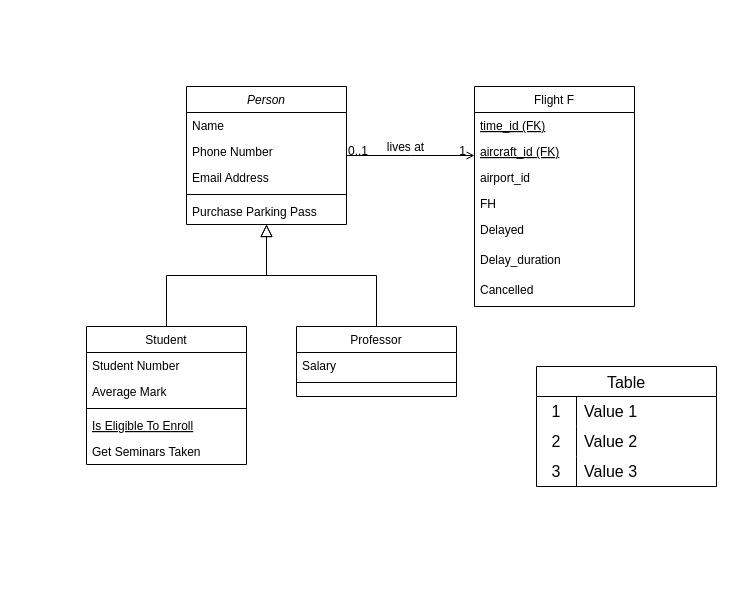
The draw.io diagram pw1.drawio in AdriaCoding/DW, before the edit. Source tidied: cells renumbered, new cells numbered last; positions are measured from the earlier drawing's top-left corner, leaving out a move shared by most shapes. Both pictures are drawn from the tidied source at 100%, with x=0, y=0 at pixel (86, 86).
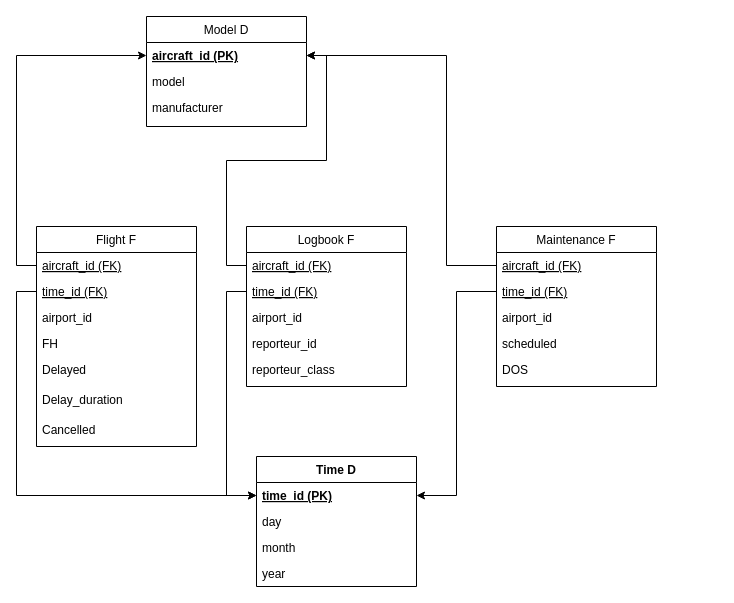
After the change.

Commit message:
Pintades totes les taules. Podem millorar el diagrama?

Change to the diagram source:
```diff
@@
-    <mxCell id="2" value="Person" style="swimlane;fontStyle=2;align=center;verticalAlign=top;horizontal=1;startSize=26;rounded=0;shadow=0;strokeWidth=1;" parent="1" vertex="1">
-      <mxGeometry x="100" width="160" height="138" as="geometry" />
+    <mxCell id="2" value="Model D" style="swimlane;fontStyle=0;align=center;verticalAlign=top;horizontal=1;startSize=26;rounded=0;shadow=0;strokeWidth=1;" parent="1" vertex="1">
+      <mxGeometry x="60" y="-70" width="160" height="110" as="geometry" />
     </mxCell>
-    <mxCell id="3" value="Name" style="text;align=left;verticalAlign=top;spacingLeft=4;spacingRight=4;overflow=hidden;points=[[0,0.5],[1,0.5]];portConstraint=eastwest;" parent="2" vertex="1">
+    <mxCell id="3" value="aircraft_id (PK)" style="text;align=left;verticalAlign=top;spacingLeft=4;spacingRight=4;overflow=hidden;points=[[0,0.5],[1,0.5]];portConstraint=eastwest;fontStyle=5;" parent="2" vertex="1">
       <mxGeometry y="26" width="160" height="26" as="geometry" />
     </mxCell>
-    <mxCell id="4" value="Phone Number" style="text;align=left;verticalAlign=top;spacingLeft=4;spacingRight=4;overflow=hidden;rounded=0;shadow=0;html=0;" parent="2" vertex="1">
+    <mxCell id="4" value="model" style="text;align=left;verticalAlign=top;spacingLeft=4;spacingRight=4;overflow=hidden;rounded=0;shadow=0;html=0;" parent="2" vertex="1">
       <mxGeometry y="52" width="160" height="26" as="geometry" />
     </mxCell>
-    <mxCell id="5" value="Email Address" style="text;align=left;verticalAlign=top;spacingLeft=4;spacingRight=4;overflow=hidden;rounded=0;shadow=0;html=0;" parent="2" vertex="1">
+    <mxCell id="5" value="manufacturer" style="text;align=left;verticalAlign=top;spacingLeft=4;spacingRight=4;overflow=hidden;rounded=0;shadow=0;html=0;" parent="2" vertex="1">
       <mxGeometry y="78" width="160" height="26" as="geometry" />
     </mxCell>
-    <mxCell id="6" style="line;html=1;strokeWidth=1;align=left;verticalAlign=middle;spacingTop=-1;spacingLeft=3;spacingRight=3;labelPosition=right;" parent="2" vertex="1">
-      <mxGeometry y="104" width="160" height="8" as="geometry" />
-    </mxCell>
-    <mxCell id="7" value="Purchase Parking Pass" style="text;align=left;verticalAlign=top;spacingLeft=4;spacingRight=4;overflow=hidden;" parent="2" vertex="1">
-      <mxGeometry y="112" width="160" height="26" as="geometry" />
-    </mxCell>
-    <mxCell id="8" value="Student" style="swimlane;fontStyle=0;align=center;verticalAlign=top;horizontal=1;startSize=26;rounded=0;shadow=0;strokeWidth=1;" parent="1" vertex="1">
-      <mxGeometry y="240" width="160" height="138" as="geometry" />
+    <mxCell id="8" value="Logbook F" style="swimlane;fontStyle=0;align=center;verticalAlign=top;horizontal=1;startSize=26;rounded=0;shadow=0;strokeWidth=1;" parent="1" vertex="1">
+      <mxGeometry x="160" y="140" width="160" height="160" as="geometry" />
     </mxCell>
-    <mxCell id="9" value="Student Number" style="text;align=left;verticalAlign=top;spacingLeft=4;spacingRight=4;overflow=hidden;" parent="8" vertex="1">
-      <mxGeometry y="26" width="160" height="26" as="geometry" />
-    </mxCell>
-    <mxCell id="10" value="Average Mark" style="text;align=left;verticalAlign=top;spacingLeft=4;spacingRight=4;overflow=hidden;points=[[0,0.5],[1,0.5]];portConstraint=eastwest;rounded=0;shadow=0;html=0;" parent="8" vertex="1">
-      <mxGeometry y="52" width="160" height="26" as="geometry" />
+    <mxCell id="10" value="aircraft_id (FK)" style="text;align=left;verticalAlign=top;spacingLeft=4;spacingRight=4;overflow=hidden;points=[[0,0.5],[1,0.5]];portConstraint=eastwest;rounded=0;shadow=0;html=0;fontStyle=4;" parent="8" vertex="1">
+      <mxGeometry y="26" width="160" height="26" as="geometry" />
     </mxCell>
-    <mxCell id="11" style="line;html=1;strokeWidth=1;align=left;verticalAlign=middle;spacingTop=-1;spacingLeft=3;spacingRight=3;labelPosition=right;" parent="8" vertex="1">
-      <mxGeometry y="78" width="160" height="8" as="geometry" />
-    </mxCell>
-    <mxCell id="12" value="Is Eligible To Enroll" style="text;align=left;verticalAlign=top;spacingLeft=4;spacingRight=4;overflow=hidden;fontStyle=4;" parent="8" vertex="1">
-      <mxGeometry y="86" width="160" height="26" as="geometry" />
-    </mxCell>
-    <mxCell id="13" value="Get Seminars Taken" style="text;align=left;verticalAlign=top;spacingLeft=4;spacingRight=4;overflow=hidden;points=[[0,0.5],[1,0.5]];portConstraint=eastwest;" parent="8" vertex="1">
-      <mxGeometry y="112" width="160" height="26" as="geometry" />
+    <mxCell id="13" value="time_id (FK)" style="text;align=left;verticalAlign=top;spacingLeft=4;spacingRight=4;overflow=hidden;points=[[0,0.5],[1,0.5]];portConstraint=eastwest;fontStyle=4;" parent="8" vertex="1">
+      <mxGeometry y="52" width="160" height="26" as="geometry" />
     </mxCell>
-    <mxCell id="14" style="endArrow=block;endSize=10;endFill=0;shadow=0;strokeWidth=1;rounded=0;curved=0;edgeStyle=elbowEdgeStyle;elbow=vertical;" parent="1" edge="1" source="8" target="2">
-      <mxGeometry relative="1" as="geometry" />
-    </mxCell>
+    <mxCell id="41" value="airport_id" style="text;align=left;verticalAlign=top;spacingLeft=4;spacingRight=4;overflow=hidden;rounded=0;shadow=0;html=0;" parent="8" vertex="1">
+      <mxGeometry y="78" width="160" height="26" as="geometry" />
+    </mxCell>
+    <mxCell id="42" value="reporteur_id" style="text;align=left;verticalAlign=top;spacingLeft=4;spacingRight=4;overflow=hidden;" parent="8" vertex="1">
+      <mxGeometry y="104" width="160" height="26" as="geometry" />
+    </mxCell>
+    <mxCell id="43" value="reporteur_class" style="text;align=left;verticalAlign=top;spacingLeft=4;spacingRight=4;overflow=hidden;" parent="8" vertex="1">
+      <mxGeometry y="130" width="160" height="26" as="geometry" />
+    </mxCell>
-    <mxCell id="15" value="Professor" style="swimlane;fontStyle=0;align=center;verticalAlign=top;horizontal=1;startSize=26;rounded=0;shadow=0;strokeWidth=1;" parent="1" vertex="1">
-      <mxGeometry x="210" y="240" width="160" height="70" as="geometry" />
+    <mxCell id="15" value="Time D" style="swimlane;fontStyle=1;align=center;verticalAlign=top;horizontal=1;startSize=26;rounded=0;shadow=0;strokeWidth=1;" parent="1" vertex="1">
+      <mxGeometry x="170" y="370" width="160" height="130" as="geometry" />
     </mxCell>
-    <mxCell id="16" value="Salary" style="text;align=left;verticalAlign=top;spacingLeft=4;spacingRight=4;overflow=hidden;points=[[0,0.5],[1,0.5]];portConstraint=eastwest;" parent="15" vertex="1">
+    <mxCell id="16" value="time_id (PK)" style="text;align=left;verticalAlign=top;spacingLeft=4;spacingRight=4;overflow=hidden;points=[[0,0.5],[1,0.5]];portConstraint=eastwest;fontStyle=5;" parent="15" vertex="1">
       <mxGeometry y="26" width="160" height="26" as="geometry" />
     </mxCell>
-    <mxCell id="17" style="line;html=1;strokeWidth=1;align=left;verticalAlign=middle;spacingTop=-1;spacingLeft=3;spacingRight=3;labelPosition=right;" parent="15" vertex="1">
-      <mxGeometry y="52" width="160" height="8" as="geometry" />
-    </mxCell>
-    <mxCell id="18" style="endArrow=block;endSize=10;endFill=0;shadow=0;strokeWidth=1;rounded=0;curved=0;edgeStyle=elbowEdgeStyle;elbow=vertical;" parent="1" edge="1" source="15" target="2">
-      <mxGeometry relative="1" as="geometry" />
-    </mxCell>
+    <mxCell id="44" value="day" style="text;align=left;verticalAlign=top;spacingLeft=4;spacingRight=4;overflow=hidden;fontStyle=0;" parent="15" vertex="1">
+      <mxGeometry y="52" width="160" height="26" as="geometry" />
+    </mxCell>
+    <mxCell id="45" value="month" style="text;align=left;verticalAlign=top;spacingLeft=4;spacingRight=4;overflow=hidden;fontStyle=0;" parent="15" vertex="1">
+      <mxGeometry y="78" width="160" height="26" as="geometry" />
+    </mxCell>
+    <mxCell id="46" value="year" style="text;align=left;verticalAlign=top;spacingLeft=4;spacingRight=4;overflow=hidden;fontStyle=0;" parent="15" vertex="1">
+      <mxGeometry y="104" width="160" height="26" as="geometry" />
+    </mxCell>
     <mxCell id="19" value="Flight F" style="swimlane;fontStyle=0;align=center;verticalAlign=top;horizontal=1;startSize=26;rounded=0;shadow=0;strokeWidth=1;" parent="1" vertex="1">
-      <mxGeometry x="388" width="160" height="220" as="geometry" />
+      <mxGeometry x="-50" y="140" width="160" height="220" as="geometry" />
     </mxCell>
+    <mxCell id="21" value="aircraft_id (FK)" style="text;align=left;verticalAlign=top;spacingLeft=4;spacingRight=4;overflow=hidden;points=[[0,0.5],[1,0.5]];portConstraint=eastwest;fontStyle=4;" parent="19" vertex="1">
+      <mxGeometry y="26" width="160" height="26" as="geometry" />
+    </mxCell>
     <mxCell id="20" value="time_id (FK)" style="text;align=left;verticalAlign=top;spacingLeft=4;spacingRight=4;overflow=hidden;points=[[0,0.5],[1,0.5]];portConstraint=eastwest;rounded=0;shadow=0;html=0;fontStyle=4;" parent="19" vertex="1">
-      <mxGeometry y="26" width="160" height="26" as="geometry" />
+      <mxGeometry y="52" width="160" height="26" as="geometry" />
     </mxCell>
-    <mxCell id="21" value="aircraft_id (FK)" style="text;align=left;verticalAlign=top;spacingLeft=4;spacingRight=4;overflow=hidden;points=[[0,0.5],[1,0.5]];portConstraint=eastwest;fontStyle=4;" parent="19" vertex="1">
-      <mxGeometry y="52" width="160" height="26" as="geometry" />
-    </mxCell>
@@
-    <mxCell id="27" style="endArrow=open;shadow=0;strokeWidth=1;rounded=0;curved=0;endFill=1;edgeStyle=elbowEdgeStyle;elbow=vertical;" parent="1" edge="1" source="2" target="19">
-      <mxGeometry x="0.5" y="41" relative="1" as="geometry">
-        <mxPoint x="-40" y="32" as="offset" />
-      </mxGeometry>
-    </mxCell>
-    <mxCell id="28" value="0..1" style="align=left;verticalAlign=bottom;labelBackgroundColor=none;fontSize=12;" parent="27" vertex="1">
-      <mxGeometry x="-1" relative="1" as="geometry">
-        <mxPoint y="4" as="offset" />
-      </mxGeometry>
-    </mxCell>
-    <mxCell id="29" value="1" style="align=right;verticalAlign=bottom;labelBackgroundColor=none;fontSize=12;" parent="27" vertex="1">
-      <mxGeometry x="1" relative="1" as="geometry">
-        <mxPoint x="-7" y="4" as="offset" />
-      </mxGeometry>
-    </mxCell>
-    <mxCell id="30" value="lives at" style="text;html=1;align=center;verticalAlign=middle;labelBackgroundColor=none;rounded=0;shadow=0;strokeWidth=1;fontSize=12;" parent="27" vertex="1">
-      <mxGeometry x="0.5" y="49" relative="1" as="geometry">
-        <mxPoint x="-38" y="40" as="offset" />
-      </mxGeometry>
-    </mxCell>
-    <mxCell id="31" value="Table" style="shape=table;startSize=30;childLayout=tableLayout;rowLines=0;fontStyle=0;strokeColor=default;fontSize=16;" parent="1" vertex="1">
-      <mxGeometry x="450" y="280" width="180" height="120" as="geometry" />
-    </mxCell>
-    <mxCell id="32" style="shape=tableRow;horizontal=0;startSize=0;swimlaneHead=0;swimlaneBody=0;top=0;left=0;bottom=0;right=0;fillColor=none;strokeColor=inherit;fontSize=16;" parent="31" vertex="1">
-      <mxGeometry y="30" width="180" height="30" as="geometry" />
-    </mxCell>
-    <mxCell id="33" value="1" style="shape=partialRectangle;html=1;whiteSpace=wrap;fillColor=none;top=0;left=0;bottom=0;right=0;overflow=hidden;strokeColor=inherit;fontSize=16;" parent="32" vertex="1">
-      <mxGeometry width="40" height="30" as="geometry" />
-    </mxCell>
-    <mxCell id="34" value="Value 1" style="shape=partialRectangle;html=1;whiteSpace=wrap;fillColor=none;top=0;left=0;bottom=0;right=0;align=left;spacingLeft=6;overflow=hidden;strokeColor=inherit;fontSize=16;" parent="32" vertex="1">
-      <mxGeometry x="40" width="140" height="30" as="geometry" />
-    </mxCell>
-    <mxCell id="35" style="shape=tableRow;horizontal=0;startSize=0;swimlaneHead=0;swimlaneBody=0;top=0;left=0;bottom=0;right=0;fillColor=none;strokeColor=inherit;fontSize=16;" parent="31" vertex="1">
-      <mxGeometry y="60" width="180" height="30" as="geometry" />
-    </mxCell>
-    <mxCell id="36" value="2" style="shape=partialRectangle;html=1;whiteSpace=wrap;fillColor=none;top=0;left=0;bottom=0;right=0;overflow=hidden;strokeColor=inherit;fontSize=16;" parent="35" vertex="1">
-      <mxGeometry width="40" height="30" as="geometry" />
-    </mxCell>
-    <mxCell id="37" value="Value 2" style="shape=partialRectangle;html=1;whiteSpace=wrap;fillColor=none;top=0;left=0;bottom=0;right=0;align=left;spacingLeft=6;overflow=hidden;strokeColor=inherit;fontSize=16;" parent="35" vertex="1">
-      <mxGeometry x="40" width="140" height="30" as="geometry" />
-    </mxCell>
-    <mxCell id="38" style="shape=tableRow;horizontal=0;startSize=0;swimlaneHead=0;swimlaneBody=0;top=0;left=0;bottom=0;right=0;fillColor=none;strokeColor=inherit;fontSize=16;" parent="31" vertex="1">
-      <mxGeometry y="90" width="180" height="30" as="geometry" />
-    </mxCell>
-    <mxCell id="39" value="3" style="shape=partialRectangle;html=1;whiteSpace=wrap;fillColor=none;top=0;left=0;bottom=0;right=0;overflow=hidden;strokeColor=inherit;fontSize=16;" parent="38" vertex="1">
-      <mxGeometry width="40" height="30" as="geometry" />
-    </mxCell>
-    <mxCell id="40" value="Value 3" style="shape=partialRectangle;html=1;whiteSpace=wrap;fillColor=none;top=0;left=0;bottom=0;right=0;align=left;spacingLeft=6;overflow=hidden;strokeColor=inherit;fontSize=16;" parent="38" vertex="1">
-      <mxGeometry x="40" width="140" height="30" as="geometry" />
-    </mxCell>
+    <mxCell id="47" value="Maintenance F" style="swimlane;fontStyle=0;align=center;verticalAlign=top;horizontal=1;startSize=26;rounded=0;shadow=0;strokeWidth=1;" parent="1" vertex="1">
+      <mxGeometry x="410" y="140" width="160" height="160" as="geometry" />
+    </mxCell>
+    <mxCell id="48" value="aircraft_id (FK)" style="text;align=left;verticalAlign=top;spacingLeft=4;spacingRight=4;overflow=hidden;points=[[0,0.5],[1,0.5]];portConstraint=eastwest;rounded=0;shadow=0;html=0;fontStyle=4;" parent="47" vertex="1">
+      <mxGeometry y="26" width="160" height="26" as="geometry" />
+    </mxCell>
+    <mxCell id="49" value="time_id (FK)" style="text;align=left;verticalAlign=top;spacingLeft=4;spacingRight=4;overflow=hidden;points=[[0,0.5],[1,0.5]];portConstraint=eastwest;fontStyle=4;" parent="47" vertex="1">
+      <mxGeometry y="52" width="160" height="26" as="geometry" />
+    </mxCell>
+    <mxCell id="50" value="airport_id" style="text;align=left;verticalAlign=top;spacingLeft=4;spacingRight=4;overflow=hidden;rounded=0;shadow=0;html=0;" parent="47" vertex="1">
+      <mxGeometry y="78" width="160" height="26" as="geometry" />
+    </mxCell>
+    <mxCell id="51" value="scheduled" style="text;align=left;verticalAlign=top;spacingLeft=4;spacingRight=4;overflow=hidden;" parent="47" vertex="1">
+      <mxGeometry y="104" width="160" height="26" as="geometry" />
+    </mxCell>
+    <mxCell id="52" value="DOS" style="text;align=left;verticalAlign=top;spacingLeft=4;spacingRight=4;overflow=hidden;" parent="47" vertex="1">
+      <mxGeometry y="130" width="160" height="26" as="geometry" />
+    </mxCell>
+    <mxCell id="53" style="edgeStyle=orthogonalEdgeStyle;rounded=0;jettySize=auto;html=1;exitX=0;exitY=0.5;exitDx=0;exitDy=0;entryX=0;entryY=0.5;entryDx=0;entryDy=0;" parent="1" edge="1" source="21" target="3">
+      <mxGeometry relative="1" as="geometry" />
+    </mxCell>
+    <mxCell id="54" style="edgeStyle=orthogonalEdgeStyle;rounded=0;jettySize=auto;html=1;exitX=0;exitY=0.5;exitDx=0;exitDy=0;entryX=1;entryY=0.5;entryDx=0;entryDy=0;" parent="1" edge="1" source="48" target="3">
+      <mxGeometry relative="1" as="geometry">
+        <Array as="points">
+          <mxPoint x="360" y="179" />
+          <mxPoint x="360" y="-31" />
+        </Array>
+      </mxGeometry>
+    </mxCell>
+    <mxCell id="55" style="edgeStyle=orthogonalEdgeStyle;rounded=0;jettySize=auto;html=1;entryX=1;entryY=0.5;entryDx=0;entryDy=0;" parent="1" edge="1" source="10" target="3">
+      <mxGeometry relative="1" as="geometry" />
+    </mxCell>
+    <mxCell id="56" style="edgeStyle=orthogonalEdgeStyle;rounded=0;jettySize=auto;html=1;exitX=0;exitY=0.5;exitDx=0;exitDy=0;entryX=0;entryY=0.5;entryDx=0;entryDy=0;" parent="1" edge="1" source="13" target="16">
+      <mxGeometry relative="1" as="geometry" />
+    </mxCell>
+    <mxCell id="57" style="edgeStyle=orthogonalEdgeStyle;rounded=0;jettySize=auto;html=1;exitX=0;exitY=0.5;exitDx=0;exitDy=0;entryX=1;entryY=0.5;entryDx=0;entryDy=0;" parent="1" edge="1" source="49" target="16">
+      <mxGeometry relative="1" as="geometry" />
+    </mxCell>
+    <mxCell id="58" style="edgeStyle=orthogonalEdgeStyle;rounded=0;jettySize=auto;html=1;exitX=0;exitY=0.5;exitDx=0;exitDy=0;entryX=0;entryY=0.5;entryDx=0;entryDy=0;" parent="1" edge="1" source="20" target="16">
+      <mxGeometry relative="1" as="geometry" />
+    </mxCell>
```
